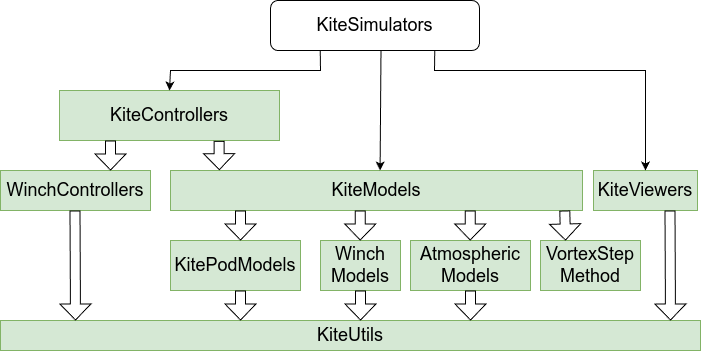
This is docs/src/kite_power_tools.png from OpenSourceAWE/WinchControllers.jl, a draw.io export, as it was before one commit. Source tidied: cells renumbered, new cells last; positions are measured from the earlier drawing's top-left corner, leaving out a move shared by most shapes.
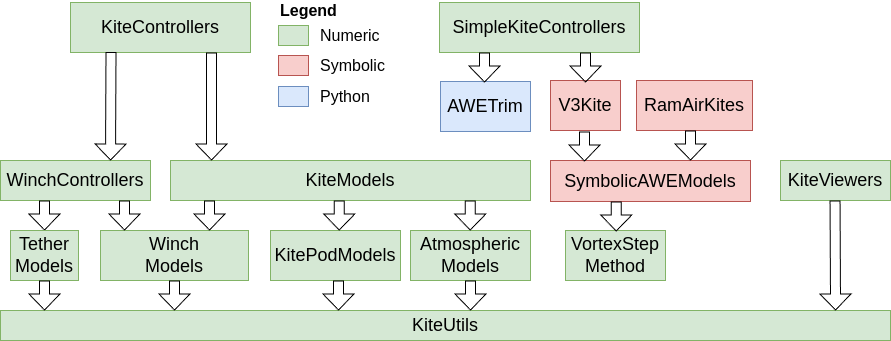
After the commit.

Commit message:
Update the package diagram from KiteUtils.jl

Change to the diagram source:
```diff
@@ -2,118 +2,167 @@
   <root>
     <mxCell id="0" />
     <mxCell id="1" parent="0" />
-    <mxCell id="2" value="KiteSimulators" style="rounded=1;whiteSpace=wrap;html=1;fontSize=18;" parent="1" vertex="1">
-      <mxGeometry x="270" width="209" height="50" as="geometry" />
-    </mxCell>
     <mxCell id="3" value="KiteControllers" style="rounded=0;whiteSpace=wrap;html=1;fontSize=18;fillColor=#d5e8d4;strokeColor=#82b366;" parent="1" vertex="1">
-      <mxGeometry x="59" y="90" width="220" height="50" as="geometry" />
+      <mxGeometry x="70" y="12" width="180" height="50" as="geometry" />
     </mxCell>
     <mxCell id="4" value="KiteModels" style="rounded=0;whiteSpace=wrap;html=1;fontSize=18;fillColor=#d5e8d4;strokeColor=#82b366;" parent="1" vertex="1">
-      <mxGeometry x="170" y="170" width="412" height="40" as="geometry" />
+      <mxGeometry x="170" y="170" width="360" height="40" as="geometry" />
     </mxCell>
     <mxCell id="5" value="&lt;font style=&quot;font-size: 18px;&quot;&gt;KiteViewers&lt;/font&gt;" style="rounded=0;whiteSpace=wrap;html=1;fillColor=#d5e8d4;strokeColor=#82b366;" parent="1" vertex="1">
-      <mxGeometry x="593" y="170" width="104" height="40" as="geometry" />
+      <mxGeometry x="780" y="170" width="110" height="40" as="geometry" />
     </mxCell>
     <mxCell id="6" value="KitePodModels" style="rounded=0;whiteSpace=wrap;html=1;fontSize=18;fillColor=#d5e8d4;strokeColor=#82b366;" parent="1" vertex="1">
-      <mxGeometry x="170" y="240" width="130" height="50" as="geometry" />
+      <mxGeometry x="270" y="240" width="130" height="50" as="geometry" />
     </mxCell>
     <mxCell id="7" value="Winch&lt;br&gt;Models" style="rounded=0;whiteSpace=wrap;html=1;fontSize=18;fillColor=#d5e8d4;strokeColor=#82b366;" parent="1" vertex="1">
-      <mxGeometry x="320" y="240" width="80" height="50" as="geometry" />
+      <mxGeometry x="100" y="240" width="148" height="50" as="geometry" />
     </mxCell>
     <mxCell id="8" value="Atmospheric&lt;br style=&quot;font-size: 18px;&quot;&gt;Models" style="rounded=0;whiteSpace=wrap;html=1;fontSize=18;fillColor=#d5e8d4;strokeColor=#82b366;" parent="1" vertex="1">
       <mxGeometry x="410" y="240" width="120" height="50" as="geometry" />
     </mxCell>
     <mxCell id="9" value="KiteUtils" style="rounded=0;whiteSpace=wrap;html=1;fontSize=18;fillColor=#d5e8d4;strokeColor=#82b366;" parent="1" vertex="1">
-      <mxGeometry y="320" width="700" height="30" as="geometry" />
+      <mxGeometry y="320" width="890" height="30" as="geometry" />
     </mxCell>
     <mxCell id="10" value="VortexStep&lt;br&gt;Method" style="rounded=0;whiteSpace=wrap;html=1;fontSize=18;fillColor=#d5e8d4;strokeColor=#82b366;" parent="1" vertex="1">
-      <mxGeometry x="540" y="240" width="100" height="50" as="geometry" />
+      <mxGeometry x="565" y="240" width="100" height="50" as="geometry" />
     </mxCell>
-    <mxCell id="11" style="shape=flexArrow;endArrow=classic;html=1;rounded=0;exitX=0.75;exitY=1;exitDx=0;exitDy=0;endSize=5;" parent="1" edge="1">
-      <mxGeometry relative="1" as="geometry">
-        <mxPoint x="669.5" y="210" as="sourcePoint" />
-        <mxPoint x="670" y="320" as="targetPoint" />
-      </mxGeometry>
-    </mxCell>
-    <mxCell id="12" style="shape=flexArrow;endArrow=classic;html=1;rounded=0;exitX=0.5;exitY=1;exitDx=0;exitDy=0;endSize=5;" parent="1" edge="1" source="8">
-      <mxGeometry relative="1" as="geometry">
-        <mxPoint x="470" y="320" as="targetPoint" />
-      </mxGeometry>
-    </mxCell>
-    <mxCell id="13" style="shape=flexArrow;endArrow=classic;html=1;rounded=0;exitX=0.5;exitY=1;exitDx=0;exitDy=0;endSize=5;" parent="1" edge="1" source="7">
-      <mxGeometry relative="1" as="geometry">
-        <mxPoint x="360" y="320" as="targetPoint" />
-      </mxGeometry>
-    </mxCell>
-    <mxCell id="14" style="shape=flexArrow;endArrow=classic;html=1;rounded=0;entryX=0.25;entryY=0;entryDx=0;entryDy=0;exitX=0.957;exitY=1;exitDx=0;exitDy=0;exitPerimeter=0;endSize=5;" parent="1" edge="1" source="4" target="10">
-      <mxGeometry relative="1" as="geometry" />
-    </mxCell>
-    <mxCell id="15" style="endArrow=classic;html=1;rounded=0;exitX=0.786;exitY=1;exitDx=0;exitDy=0;exitPerimeter=0;entryX=0.5;entryY=0;entryDx=0;entryDy=0;" parent="1" edge="1" source="2" target="5">
-      <mxGeometry relative="1" as="geometry">
-        <Array as="points">
-          <mxPoint x="434" y="70" />
-          <mxPoint x="645" y="70" />
-        </Array>
-      </mxGeometry>
-    </mxCell>
-    <mxCell id="16" style="endArrow=classic;html=1;rounded=0;exitX=0.543;exitY=1.01;exitDx=0;exitDy=0;exitPerimeter=0;entryX=0.516;entryY=0;entryDx=0;entryDy=0;entryPerimeter=0;" parent="1" edge="1">
-      <mxGeometry relative="1" as="geometry">
-        <mxPoint x="380.5" y="50.5" as="sourcePoint" />
-        <mxPoint x="379.6" y="170" as="targetPoint" />
-      </mxGeometry>
-    </mxCell>
-    <mxCell id="17" style="shape=flexArrow;endArrow=classic;html=1;rounded=0;exitX=0.689;exitY=1.007;exitDx=0;exitDy=0;endSize=5;exitPerimeter=0;entryX=0.099;entryY=-0.008;entryDx=0;entryDy=0;entryPerimeter=0;" parent="1" edge="1">
-      <mxGeometry relative="1" as="geometry">
-        <mxPoint x="218.6" y="140.4" as="sourcePoint" />
-        <mxPoint x="218.8" y="169.7" as="targetPoint" />
-      </mxGeometry>
-    </mxCell>
-    <mxCell id="18" style="shape=flexArrow;endArrow=classic;html=1;rounded=0;exitX=0.5;exitY=1;exitDx=0;exitDy=0;endSize=5;" parent="1" edge="1">
-      <mxGeometry relative="1" as="geometry">
-        <mxPoint x="240" y="210" as="sourcePoint" />
-        <mxPoint x="240" y="240" as="targetPoint" />
-      </mxGeometry>
-    </mxCell>
-    <mxCell id="19" style="shape=flexArrow;endArrow=classic;html=1;rounded=0;exitX=0.5;exitY=1;exitDx=0;exitDy=0;endSize=5;" parent="1" edge="1">
-      <mxGeometry relative="1" as="geometry">
-        <mxPoint x="359.8" y="210" as="sourcePoint" />
-        <mxPoint x="359.8" y="240" as="targetPoint" />
-      </mxGeometry>
-    </mxCell>
-    <mxCell id="20" style="shape=flexArrow;endArrow=classic;html=1;rounded=0;exitX=0.5;exitY=1;exitDx=0;exitDy=0;endSize=5;" parent="1" edge="1">
-      <mxGeometry relative="1" as="geometry">
-        <mxPoint x="469.8" y="210" as="sourcePoint" />
-        <mxPoint x="469.8" y="240" as="targetPoint" />
-      </mxGeometry>
-    </mxCell>
-    <mxCell id="21" style="shape=flexArrow;endArrow=classic;html=1;rounded=0;exitX=0.5;exitY=1;exitDx=0;exitDy=0;endSize=5;" parent="1" edge="1">
-      <mxGeometry relative="1" as="geometry">
-        <mxPoint x="240" y="290" as="sourcePoint" />
-        <mxPoint x="240" y="320" as="targetPoint" />
-      </mxGeometry>
-    </mxCell>
+    <mxCell id="26" style="shape=flexArrow;endArrow=classic;html=1;rounded=0;exitX=0.75;exitY=1;exitDx=0;exitDy=0;endSize=5;" parent="1" edge="1">
+      <mxGeometry relative="1" as="geometry">
+        <mxPoint x="834.5" y="210" as="sourcePoint" />
+        <mxPoint x="835" y="320" as="targetPoint" />
+      </mxGeometry>
+    </mxCell>
+    <mxCell id="27" style="shape=flexArrow;endArrow=classic;html=1;rounded=0;exitX=0.5;exitY=1;exitDx=0;exitDy=0;endSize=5;" parent="1" edge="1" source="8">
+      <mxGeometry relative="1" as="geometry">
+        <mxPoint x="470" y="320" as="targetPoint" />
+      </mxGeometry>
+    </mxCell>
+    <mxCell id="28" style="shape=flexArrow;endArrow=classic;html=1;rounded=0;exitX=0.5;exitY=1;exitDx=0;exitDy=0;endSize=5;" parent="1" edge="1" source="7">
+      <mxGeometry relative="1" as="geometry">
+        <mxPoint x="174" y="320" as="targetPoint" />
+      </mxGeometry>
+    </mxCell>
+    <mxCell id="29" style="shape=flexArrow;endArrow=classic;html=1;rounded=0;exitX=0.5;exitY=1;exitDx=0;exitDy=0;endSize=5;" parent="1" edge="1">
+      <mxGeometry relative="1" as="geometry">
+        <mxPoint x="209" y="210" as="sourcePoint" />
+        <mxPoint x="209" y="240" as="targetPoint" />
+      </mxGeometry>
+    </mxCell>
+    <mxCell id="30" style="shape=flexArrow;endArrow=classic;html=1;rounded=0;exitX=0.5;exitY=1;exitDx=0;exitDy=0;endSize=5;" parent="1" edge="1">
+      <mxGeometry relative="1" as="geometry">
+        <mxPoint x="338.8" y="210" as="sourcePoint" />
+        <mxPoint x="338.8" y="240" as="targetPoint" />
+      </mxGeometry>
+    </mxCell>
+    <mxCell id="31" style="shape=flexArrow;endArrow=classic;html=1;rounded=0;exitX=0.5;exitY=1;exitDx=0;exitDy=0;endSize=5;" parent="1" edge="1">
+      <mxGeometry relative="1" as="geometry">
+        <mxPoint x="469.8" y="210" as="sourcePoint" />
+        <mxPoint x="469.8" y="240" as="targetPoint" />
+      </mxGeometry>
+    </mxCell>
+    <mxCell id="32" style="shape=flexArrow;endArrow=classic;html=1;rounded=0;exitX=0.5;exitY=1;exitDx=0;exitDy=0;endSize=5;" parent="1" edge="1">
+      <mxGeometry relative="1" as="geometry">
+        <mxPoint x="338" y="290" as="sourcePoint" />
+        <mxPoint x="338" y="320" as="targetPoint" />
+      </mxGeometry>
+    </mxCell>
     <mxCell id="22" value="WinchControllers" style="rounded=0;whiteSpace=wrap;html=1;fontSize=18;fillColor=#d5e8d4;strokeColor=#82b366;" parent="1" vertex="1">
       <mxGeometry y="170" width="150" height="40" as="geometry" />
     </mxCell>
-    <mxCell id="23" style="shape=flexArrow;endArrow=classic;html=1;rounded=0;exitX=0.689;exitY=1.007;exitDx=0;exitDy=0;endSize=5;exitPerimeter=0;entryX=0.099;entryY=-0.008;entryDx=0;entryDy=0;entryPerimeter=0;" parent="1" edge="1">
-      <mxGeometry relative="1" as="geometry">
-        <mxPoint x="110" y="140" as="sourcePoint" />
-        <mxPoint x="110" y="170" as="targetPoint" />
-      </mxGeometry>
-    </mxCell>
-    <mxCell id="24" style="shape=flexArrow;endArrow=classic;html=1;rounded=0;exitX=0.75;exitY=1;exitDx=0;exitDy=0;endSize=5;" parent="1" edge="1">
-      <mxGeometry relative="1" as="geometry">
-        <mxPoint x="74.5" y="210" as="sourcePoint" />
-        <mxPoint x="75" y="320" as="targetPoint" />
-      </mxGeometry>
-    </mxCell>
-    <mxCell id="25" style="endArrow=classic;html=1;rounded=0;entryX=0.5;entryY=0;entryDx=0;entryDy=0;exitX=0.238;exitY=0.993;exitDx=0;exitDy=0;jumpStyle=none;exitPerimeter=0;" parent="1" edge="1" source="2" target="3">
-      <mxGeometry relative="1" as="geometry">
-        <Array as="points">
-          <mxPoint x="320" y="70" />
-          <mxPoint x="170" y="70" />
-        </Array>
-      </mxGeometry>
-    </mxCell>
+    <mxCell id="33" style="shape=flexArrow;endArrow=classic;html=1;rounded=0;endSize=5;entryX=0.099;entryY=-0.008;entryDx=0;entryDy=0;entryPerimeter=0;exitX=0.225;exitY=0.99;exitDx=0;exitDy=0;exitPerimeter=0;" parent="1" edge="1" source="3">
+      <mxGeometry relative="1" as="geometry">
+        <mxPoint x="110" y="170" as="targetPoint" />
+      </mxGeometry>
+    </mxCell>
+    <mxCell id="34" style="shape=flexArrow;endArrow=classic;html=1;rounded=0;exitX=0.293;exitY=1;exitDx=0;exitDy=0;endSize=5;exitPerimeter=0;entryX=0.5;entryY=0;entryDx=0;entryDy=0;entryPerimeter=0;" parent="1" edge="1" source="22" target="37">
+      <mxGeometry relative="1" as="geometry" />
+    </mxCell>
+    <mxCell id="35" value="SimpleKiteControllers" style="rounded=0;whiteSpace=wrap;html=1;fontSize=18;fillColor=#d5e8d4;strokeColor=#82b366;" parent="1" vertex="1">
+      <mxGeometry x="439" y="12" width="200" height="50" as="geometry" />
+    </mxCell>
+    <mxCell id="36" style="shape=flexArrow;endArrow=classic;html=1;rounded=0;exitX=0.5;exitY=1;exitDx=0;exitDy=0;endSize=5;" parent="1" edge="1">
+      <mxGeometry relative="1" as="geometry">
+        <mxPoint x="124" y="210" as="sourcePoint" />
+        <mxPoint x="124" y="240" as="targetPoint" />
+      </mxGeometry>
+    </mxCell>
+    <mxCell id="37" value="Tether&lt;br&gt;Models" style="rounded=0;whiteSpace=wrap;html=1;fontSize=18;fillColor=#d5e8d4;strokeColor=#82b366;" parent="1" vertex="1">
+      <mxGeometry x="10" y="240" width="68" height="50" as="geometry" />
+    </mxCell>
+    <mxCell id="38" value="SymbolicAWEModels" style="rounded=0;whiteSpace=wrap;html=1;fontSize=18;fillColor=#f8cecc;strokeColor=#b85450;" parent="1" vertex="1">
+      <mxGeometry x="550" y="170" width="200" height="41" as="geometry" />
+    </mxCell>
+    <mxCell id="39" style="shape=flexArrow;endArrow=classic;html=1;rounded=0;exitX=0.5;exitY=1;exitDx=0;exitDy=0;endSize=5;" parent="1" edge="1">
+      <mxGeometry relative="1" as="geometry">
+        <mxPoint x="44" y="290" as="sourcePoint" />
+        <mxPoint x="44" y="320" as="targetPoint" />
+      </mxGeometry>
+    </mxCell>
+    <mxCell id="40" style="shape=flexArrow;endArrow=classic;html=1;rounded=0;exitX=0.5;exitY=1;exitDx=0;exitDy=0;endSize=5;" parent="1" edge="1">
+      <mxGeometry relative="1" as="geometry">
+        <mxPoint x="615.8" y="211" as="sourcePoint" />
+        <mxPoint x="615.8" y="241" as="targetPoint" />
+      </mxGeometry>
+    </mxCell>
+    <mxCell id="41" value="V3Kite" style="rounded=0;whiteSpace=wrap;html=1;fontSize=18;fillColor=#f8cecc;strokeColor=#b85450;" parent="1" vertex="1">
+      <mxGeometry x="550" y="90" width="70" height="50" as="geometry" />
+    </mxCell>
+    <mxCell id="42" value="RamAirKites" style="rounded=0;whiteSpace=wrap;html=1;fontSize=18;fillColor=#f8cecc;strokeColor=#b85450;" parent="1" vertex="1">
+      <mxGeometry x="636" y="90" width="116" height="50" as="geometry" />
+    </mxCell>
+    <mxCell id="43" style="shape=flexArrow;endArrow=classic;html=1;rounded=0;exitX=0.5;exitY=1;exitDx=0;exitDy=0;endSize=5;" parent="1" edge="1">
+      <mxGeometry relative="1" as="geometry">
+        <mxPoint x="690" y="140" as="sourcePoint" />
+        <mxPoint x="690" y="170" as="targetPoint" />
+      </mxGeometry>
+    </mxCell>
+    <mxCell id="44" style="shape=flexArrow;endArrow=classic;html=1;rounded=0;exitX=0.5;exitY=1;exitDx=0;exitDy=0;endSize=5;" parent="1" edge="1">
+      <mxGeometry relative="1" as="geometry">
+        <mxPoint x="584" y="141" as="sourcePoint" />
+        <mxPoint x="584" y="171" as="targetPoint" />
+      </mxGeometry>
+    </mxCell>
+    <mxCell id="45" style="shape=flexArrow;endArrow=classic;html=1;rounded=0;endSize=5;entryX=0.099;entryY=-0.008;entryDx=0;entryDy=0;entryPerimeter=0;exitX=0.225;exitY=0.99;exitDx=0;exitDy=0;exitPerimeter=0;" parent="1" edge="1">
+      <mxGeometry relative="1" as="geometry">
+        <mxPoint x="211" y="62" as="sourcePoint" />
+        <mxPoint x="211" y="170" as="targetPoint" />
+      </mxGeometry>
+    </mxCell>
+    <mxCell id="46" style="shape=flexArrow;endArrow=classic;html=1;rounded=0;exitX=0.5;exitY=1;exitDx=0;exitDy=0;endSize=5;" parent="1" edge="1">
+      <mxGeometry relative="1" as="geometry">
+        <mxPoint x="585" y="62" as="sourcePoint" />
+        <mxPoint x="585" y="92" as="targetPoint" />
+      </mxGeometry>
+    </mxCell>
+    <mxCell id="47" value="AWETrim" style="rounded=0;whiteSpace=wrap;html=1;fontSize=18;fillColor=#dae8fc;strokeColor=#6c8ebf;" parent="1" vertex="1">
+      <mxGeometry x="440" y="91" width="90" height="50" as="geometry" />
+    </mxCell>
+    <mxCell id="48" style="shape=flexArrow;endArrow=classic;html=1;rounded=0;exitX=0.5;exitY=1;exitDx=0;exitDy=0;endSize=5;" parent="1" edge="1">
+      <mxGeometry relative="1" as="geometry">
+        <mxPoint x="484" y="62" as="sourcePoint" />
+        <mxPoint x="484" y="92" as="targetPoint" />
+      </mxGeometry>
+    </mxCell>
+    <mxCell id="49" value="Legend" style="text;html=1;fontSize=16;fontStyle=1;align=left;verticalAlign=middle;" parent="1" vertex="1">
+      <mxGeometry x="278" y="10" width="100" height="20" as="geometry" />
+    </mxCell>
+    <mxCell id="50" style="rounded=0;whiteSpace=wrap;html=1;fillColor=#d5e8d4;strokeColor=#82b366;" parent="1" vertex="1">
+      <mxGeometry x="278" y="35" width="30" height="20" as="geometry" />
+    </mxCell>
+    <mxCell id="51" value="Numeric" style="text;html=1;fontSize=16;align=left;verticalAlign=middle;" parent="1" vertex="1">
+      <mxGeometry x="318" y="30" width="120" height="30" as="geometry" />
+    </mxCell>
+    <mxCell id="52" style="rounded=0;whiteSpace=wrap;html=1;fillColor=#f8cecc;strokeColor=#b85450;" parent="1" vertex="1">
+      <mxGeometry x="278" y="65" width="30" height="20" as="geometry" />
+    </mxCell>
+    <mxCell id="53" value="Symbolic" style="text;html=1;fontSize=16;align=left;verticalAlign=middle;" parent="1" vertex="1">
+      <mxGeometry x="318" y="60" width="120" height="30" as="geometry" />
+    </mxCell>
+    <mxCell id="54" style="rounded=0;whiteSpace=wrap;html=1;fillColor=#dae8fc;strokeColor=#6c8ebf;" parent="1" vertex="1">
+      <mxGeometry x="278" y="96" width="30" height="20" as="geometry" />
+    </mxCell>
+    <mxCell id="55" value="Python" style="text;html=1;fontSize=16;align=left;verticalAlign=middle;" parent="1" vertex="1">
+      <mxGeometry x="318" y="91" width="120" height="30" as="geometry" />
+    </mxCell>
   </root>
 </mxGraphModel>
```
